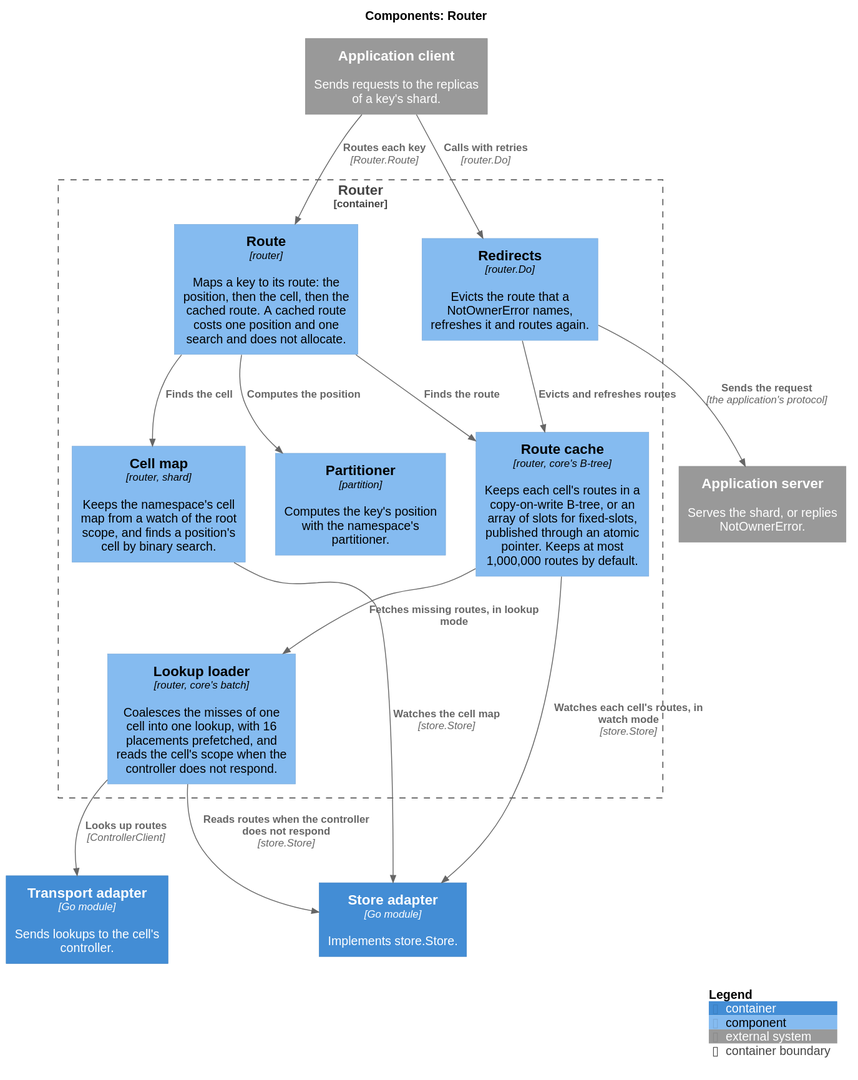
Above: docs/c4/components/router.svg in thesm-os/sharder (PlantUML), before the change. Its diagram source:
```plantuml
@startuml
!include ../c4.iuml

title Components: Router

System_Ext(client, "Application client", "Sends requests to the replicas of a key's shard.")

Container_Boundary(router, "Router") {
    Component(route, "Route", "router", "Maps a key to its route: the position, then the cell, then the cached route. A cached route costs one position and one search and does not allocate.")
    Component(partitioner, "Partitioner", "partition", "Computes the key's position with the namespace's partitioner.")
    Component(cellmap, "Cell map", "router, shard", "Keeps the namespace's cell map from a watch of the root scope, and finds a position's cell by binary search.")
    Component(cache, "Route cache", "router, core's B-tree", "Keeps each cell's routes in a copy-on-write B-tree, or an array of slots for fixed-slots, published through an atomic pointer. Keeps at most 1,000,000 routes by default.")
    Component(loader, "Lookup loader", "router, core's batch", "Coalesces the misses of one cell into one lookup, with 16 placements prefetched, and reads the cell's scope when the controller does not respond.")
    Component(retry, "Redirects", "router.Do", "Evicts the route that a NotOwnerError names, refreshes it and routes again.")
}

Container(transport, "Transport adapter", "Go module", "Sends lookups to the cell's controller.")
Container(adapters, "Store adapter", "Go module", "Implements store.Store.")
System_Ext(server, "Application server", "Serves the shard, or replies NotOwnerError.")

Rel(client, route, "Routes each key", "Router.Route")
Rel(client, retry, "Calls with retries", "router.Do")
Rel(route, partitioner, "Computes the position")
Rel(route, cellmap, "Finds the cell")
Rel(route, cache, "Finds the route")
Rel(cache, loader, "Fetches missing routes, in lookup mode")
Rel(retry, cache, "Evicts and refreshes routes")
Rel(retry, server, "Sends the request", "the application's protocol")

Rel(loader, transport, "Looks up routes", "ControllerClient")
Rel(loader, adapters, "Reads routes when the controller does not respond", "store.Store")
Rel(cellmap, adapters, "Watches the cell map", "store.Store")
Rel(cache, adapters, "Watches each cell's routes, in watch mode", "store.Store")

SHOW_LEGEND()
@enduml
```
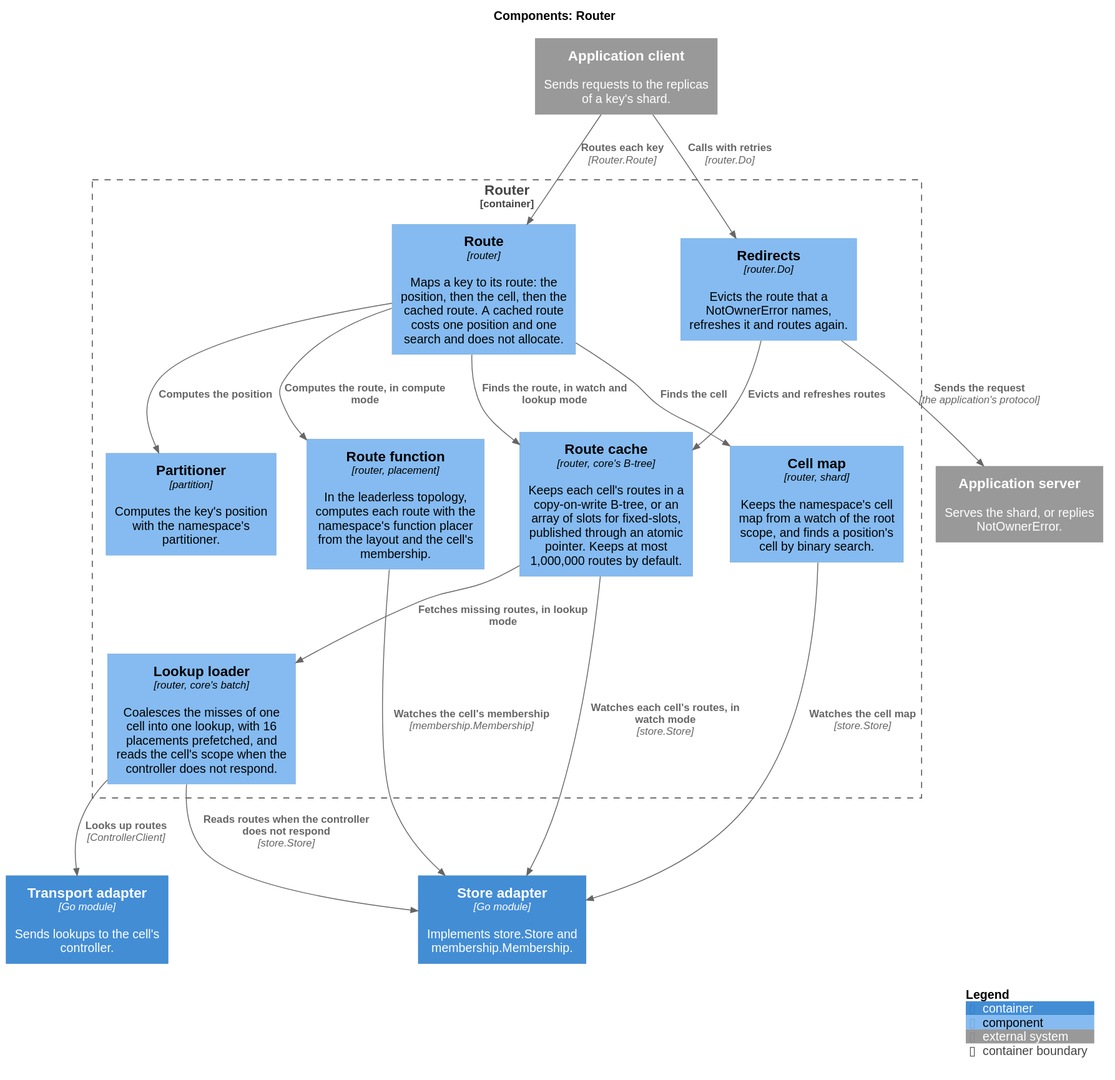
Later version of the same file.

Change to the diagram source:
```diff
@@ -11,18 +11,20 @@
     Component(cellmap, "Cell map", "router, shard", "Keeps the namespace's cell map from a watch of the root scope, and finds a position's cell by binary search.")
     Component(cache, "Route cache", "router, core's B-tree", "Keeps each cell's routes in a copy-on-write B-tree, or an array of slots for fixed-slots, published through an atomic pointer. Keeps at most 1,000,000 routes by default.")
     Component(loader, "Lookup loader", "router, core's batch", "Coalesces the misses of one cell into one lookup, with 16 placements prefetched, and reads the cell's scope when the controller does not respond.")
+    Component(compute, "Route function", "router, placement", "In the leaderless topology, computes each route with the namespace's function placer from the layout and the cell's membership.")
     Component(retry, "Redirects", "router.Do", "Evicts the route that a NotOwnerError names, refreshes it and routes again.")
 }
 
 Container(transport, "Transport adapter", "Go module", "Sends lookups to the cell's controller.")
-Container(adapters, "Store adapter", "Go module", "Implements store.Store.")
+Container(adapters, "Store adapter", "Go module", "Implements store.Store and membership.Membership.")
 System_Ext(server, "Application server", "Serves the shard, or replies NotOwnerError.")
 
 Rel(client, route, "Routes each key", "Router.Route")
 Rel(client, retry, "Calls with retries", "router.Do")
 Rel(route, partitioner, "Computes the position")
 Rel(route, cellmap, "Finds the cell")
-Rel(route, cache, "Finds the route")
+Rel(route, cache, "Finds the route, in watch and lookup mode")
+Rel(route, compute, "Computes the route, in compute mode")
 Rel(cache, loader, "Fetches missing routes, in lookup mode")
 Rel(retry, cache, "Evicts and refreshes routes")
 Rel(retry, server, "Sends the request", "the application's protocol")
@@ -31,6 +33,7 @@
 Rel(loader, adapters, "Reads routes when the controller does not respond", "store.Store")
 Rel(cellmap, adapters, "Watches the cell map", "store.Store")
 Rel(cache, adapters, "Watches each cell's routes, in watch mode", "store.Store")
+Rel(compute, adapters, "Watches the cell's membership", "membership.Membership")
 
 SHOW_LEGEND()
 @enduml
```
